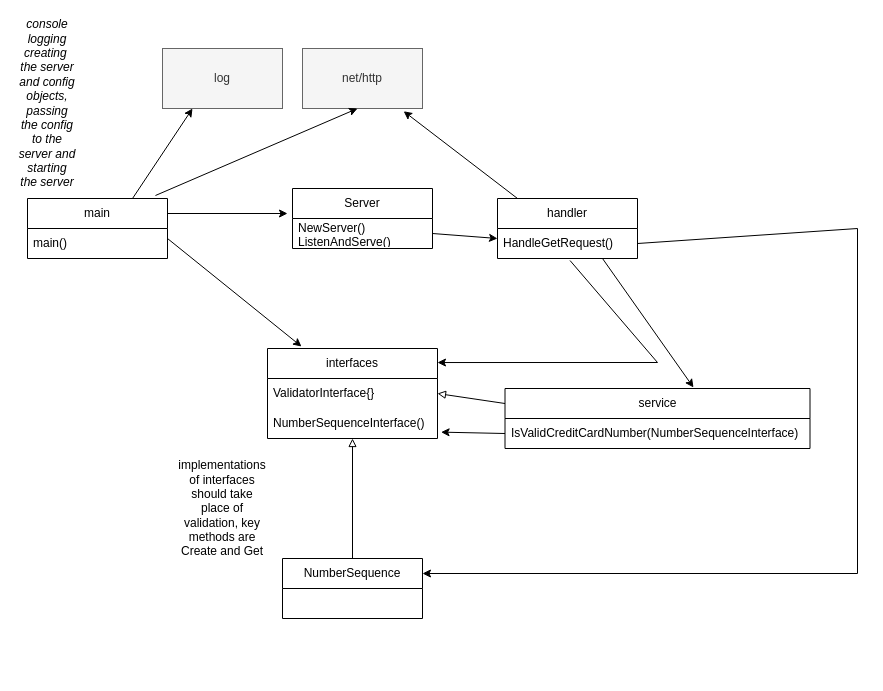
The draw.io diagram diagram/class-diagram.drawio in Wirt4/luhn-credit-card-validator, before the edit. Source tidied: cells renumbered, new cells numbered last; positions are measured from the earlier drawing's top-left corner, leaving out a move shared by most shapes. Both pictures are drawn from the tidied source at 100%, with x=0, y=0 at pixel (17, 48).
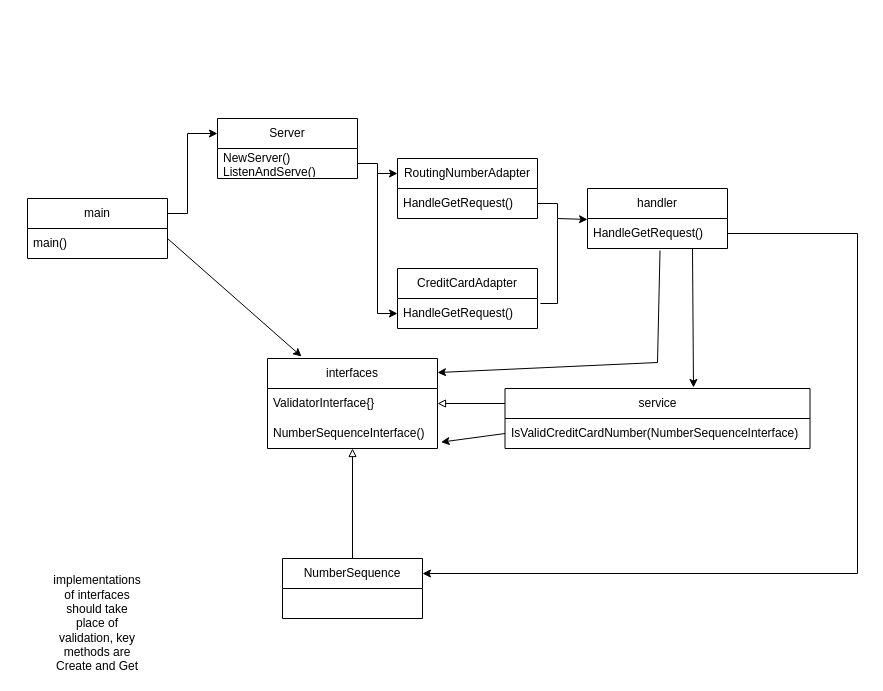
The same diagram, later.

The change refers to these unchanged cells:
```xml
<mxCell id="2" value="main" style="swimlane;fontStyle=0;horizontal=1;startSize=30;whiteSpace=wrap;html=1;" parent="1" vertex="1">
  <mxGeometry x="10" y="150" width="140" height="60" as="geometry" />
</mxCell>
<mxCell id="9" value="HandleGetRequest()" style="text;strokeColor=none;fillColor=none;align=left;verticalAlign=middle;spacingLeft=4;spacingRight=4;overflow=hidden;points=[[0,0.5],[1,0.5]];portConstraint=eastwest;whiteSpace=wrap;html=1;" parent="8" vertex="1">
  <mxGeometry y="30" width="140" height="30" as="geometry" />
</mxCell>
<mxCell id="14" value="NumberSequence" style="swimlane;fontStyle=0;horizontal=1;startSize=30;whiteSpace=wrap;html=1;" parent="1" vertex="1">
  <mxGeometry x="265" y="510" width="140" height="60" as="geometry" />
</mxCell>
<mxCell id="28" value="NewServer()&lt;div&gt;ListenAndServe()&lt;/div&gt;" style="text;strokeColor=none;fillColor=none;align=left;verticalAlign=middle;spacingLeft=4;spacingRight=4;overflow=hidden;points=[[0,0.5],[1,0.5]];portConstraint=eastwest;whiteSpace=wrap;html=1;" parent="27" vertex="1">
  <mxGeometry y="30" width="140" height="30" as="geometry" />
</mxCell>
```

Diff of the diagram source:
```diff
@@
     <mxCell id="5" value="interfaces" style="swimlane;fontStyle=0;horizontal=1;startSize=30;whiteSpace=wrap;html=1;" parent="1" vertex="1">
-      <mxGeometry x="250" y="300" width="170" height="90" as="geometry" />
+      <mxGeometry x="250" y="310" width="170" height="90" as="geometry" />
     </mxCell>
@@
     <mxCell id="8" value="handler" style="swimlane;fontStyle=0;horizontal=1;startSize=30;whiteSpace=wrap;html=1;" parent="1" vertex="1">
-      <mxGeometry x="480" y="150" width="140" height="60" as="geometry" />
+      <mxGeometry x="570" y="140" width="140" height="60" as="geometry" />
     </mxCell>
@@
-    <mxCell id="13" style="endArrow=classic;html=1;rounded=0;exitX=1;exitY=0.25;exitDx=0;exitDy=0;" parent="1" edge="1" source="2">
+    <mxCell id="13" style="endArrow=classic;html=1;rounded=0;exitX=1;exitY=0.25;exitDx=0;exitDy=0;entryX=0;entryY=0.25;entryDx=0;entryDy=0;" parent="1" edge="1" source="2" target="27">
       <mxGeometry relative="1" as="geometry">
-        <mxPoint x="270" y="165" as="targetPoint" />
+        <Array as="points">
+          <mxPoint x="170" y="165" />
+          <mxPoint x="170" y="85" />
+        </Array>
       </mxGeometry>
     </mxCell>
@@
-    <mxCell id="17" value="&lt;i&gt;console logging&lt;/i&gt;&lt;div&gt;&lt;i&gt;creating&amp;nbsp; the server and config objects, passing the config to the server and starting the server&lt;/i&gt;&lt;/div&gt;" style="text;html=1;align=center;verticalAlign=middle;whiteSpace=wrap;rounded=0;" parent="1" vertex="1">
-      <mxGeometry y="40" width="60" height="30" as="geometry" />
-    </mxCell>
     <mxCell id="18" value="implementations of interfaces should take place of validation, key methods are Create and Get" style="text;html=1;align=center;verticalAlign=middle;whiteSpace=wrap;rounded=0;" parent="1" vertex="1">
-      <mxGeometry x="175" y="445" width="60" height="30" as="geometry" />
+      <mxGeometry x="50" y="560" width="60" height="30" as="geometry" />
     </mxCell>
-    <mxCell id="19" value="net/http" style="rounded=0;whiteSpace=wrap;html=1;fillColor=#f5f5f5;fontColor=#333333;strokeColor=#666666;" parent="1" vertex="1">
-      <mxGeometry x="285" width="120" height="60" as="geometry" />
-    </mxCell>
-    <mxCell id="20" style="endArrow=classic;html=1;rounded=0;exitX=0.914;exitY=-0.05;exitDx=0;exitDy=0;exitPerimeter=0;" parent="1" edge="1" source="2">
-      <mxGeometry relative="1" as="geometry">
-        <mxPoint x="340" y="60" as="targetPoint" />
-      </mxGeometry>
-    </mxCell>
-    <mxCell id="21" value="log" style="rounded=0;whiteSpace=wrap;html=1;fillColor=#f5f5f5;fontColor=#333333;strokeColor=#666666;" parent="1" vertex="1">
-      <mxGeometry x="145" width="120" height="60" as="geometry" />
-    </mxCell>
-    <mxCell id="22" style="endArrow=classic;html=1;rounded=0;entryX=0.25;entryY=1;entryDx=0;entryDy=0;exitX=0.75;exitY=0;exitDx=0;exitDy=0;" parent="1" edge="1" source="2" target="21">
-      <mxGeometry relative="1" as="geometry" />
-    </mxCell>
-    <mxCell id="23" style="endArrow=classic;html=1;rounded=0;exitX=0.143;exitY=0;exitDx=0;exitDy=0;exitPerimeter=0;entryX=0.843;entryY=1.046;entryDx=0;entryDy=0;entryPerimeter=0;" parent="1" edge="1" source="8" target="19">
-      <mxGeometry relative="1" as="geometry" />
-    </mxCell>
@@
     <mxCell id="26" style="endArrow=classic;html=1;rounded=0;entryX=1;entryY=0.25;entryDx=0;entryDy=0;exitX=1;exitY=0.5;exitDx=0;exitDy=0;" parent="1" edge="1" source="9" target="14">
       <mxGeometry relative="1" as="geometry">
         <Array as="points">
-          <mxPoint x="840" y="180" />
+          <mxPoint x="840" y="185" />
           <mxPoint x="840" y="525" />
         </Array>
       </mxGeometry>
     </mxCell>
     <mxCell id="27" value="Server" style="swimlane;fontStyle=0;horizontal=1;startSize=30;whiteSpace=wrap;html=1;" parent="1" vertex="1">
-      <mxGeometry x="275" y="140" width="140" height="60" as="geometry" />
+      <mxGeometry x="200" y="70" width="140" height="60" as="geometry" />
     </mxCell>
@@
-    <mxCell id="29" style="endArrow=classic;html=1;rounded=0;exitX=1;exitY=0.5;exitDx=0;exitDy=0;" parent="1" edge="1" source="28">
-      <mxGeometry relative="1" as="geometry">
-        <mxPoint x="480" y="190" as="targetPoint" />
-      </mxGeometry>
-    </mxCell>
+    <mxCell id="30" value="CreditCardAdapter" style="swimlane;fontStyle=0;horizontal=1;startSize=30;whiteSpace=wrap;html=1;" parent="1" vertex="1">
+      <mxGeometry x="380" y="220" width="140" height="60" as="geometry" />
+    </mxCell>
+    <mxCell id="31" value="HandleGetRequest()" style="text;strokeColor=none;fillColor=none;align=left;verticalAlign=middle;spacingLeft=4;spacingRight=4;overflow=hidden;points=[[0,0.5],[1,0.5]];portConstraint=eastwest;whiteSpace=wrap;html=1;" parent="30" vertex="1">
+      <mxGeometry y="30" width="140" height="30" as="geometry" />
+    </mxCell>
+    <mxCell id="32" value="RoutingNumberAdapter" style="swimlane;fontStyle=0;horizontal=1;startSize=30;whiteSpace=wrap;html=1;" parent="1" vertex="1">
+      <mxGeometry x="380" y="110" width="140" height="60" as="geometry" />
+    </mxCell>
+    <mxCell id="33" value="HandleGetRequest()" style="text;strokeColor=none;fillColor=none;align=left;verticalAlign=middle;spacingLeft=4;spacingRight=4;overflow=hidden;points=[[0,0.5],[1,0.5]];portConstraint=eastwest;whiteSpace=wrap;html=1;" parent="32" vertex="1">
+      <mxGeometry y="30" width="140" height="30" as="geometry" />
+    </mxCell>
+    <mxCell id="34" style="endArrow=classic;html=1;rounded=0;entryX=0;entryY=0.033;entryDx=0;entryDy=0;exitX=1.021;exitY=0.167;exitDx=0;exitDy=0;exitPerimeter=0;entryPerimeter=0;" parent="1" edge="1" source="31" target="9">
+      <mxGeometry relative="1" as="geometry">
+        <Array as="points">
+          <mxPoint x="540" y="255" />
+          <mxPoint x="540" y="170" />
+        </Array>
+      </mxGeometry>
+    </mxCell>
+    <mxCell id="35" style="endArrow=none;html=1;rounded=0;exitX=1;exitY=0.5;exitDx=0;exitDy=0;" parent="1" edge="1" source="33">
+      <mxGeometry relative="1" as="geometry">
+        <mxPoint x="540" y="170" as="targetPoint" />
+        <Array as="points">
+          <mxPoint x="540" y="155" />
+        </Array>
+      </mxGeometry>
+    </mxCell>
+    <mxCell id="36" style="endArrow=classic;html=1;rounded=0;entryX=0;entryY=0.5;entryDx=0;entryDy=0;exitX=1;exitY=0.5;exitDx=0;exitDy=0;" parent="1" edge="1" source="28" target="31">
+      <mxGeometry relative="1" as="geometry">
+        <Array as="points">
+          <mxPoint x="360" y="115" />
+          <mxPoint x="360" y="265" />
+        </Array>
+      </mxGeometry>
+    </mxCell>
+    <mxCell id="37" style="endArrow=classic;html=1;rounded=0;entryX=0;entryY=0.25;entryDx=0;entryDy=0;" parent="1" edge="1" target="32">
+      <mxGeometry relative="1" as="geometry">
+        <mxPoint x="360" y="125" as="sourcePoint" />
+      </mxGeometry>
+    </mxCell>
```
